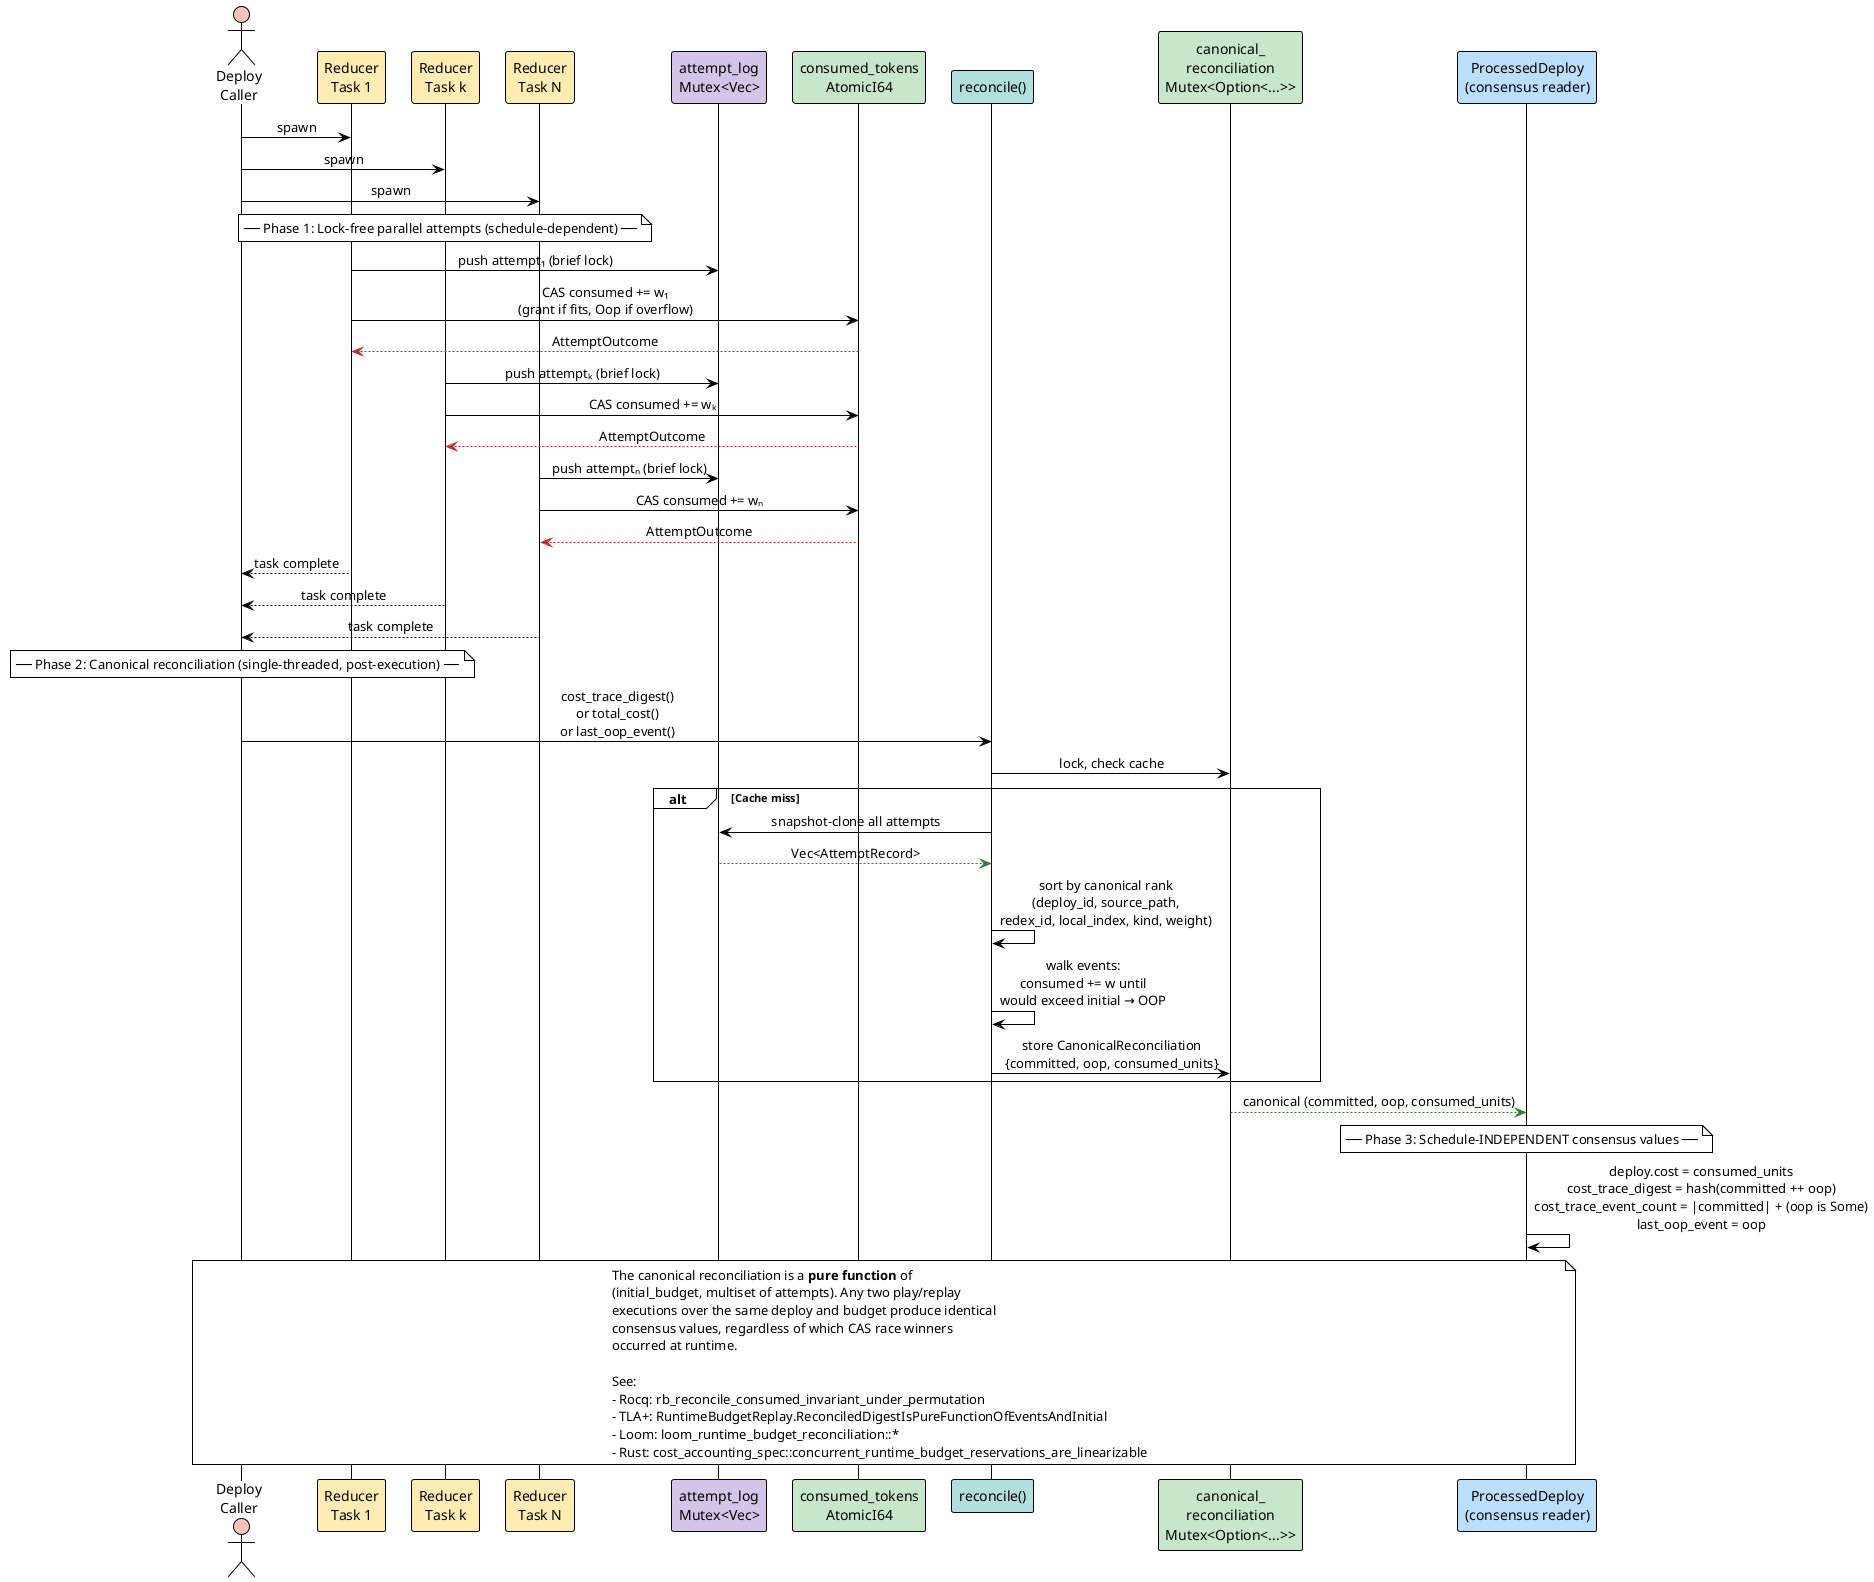
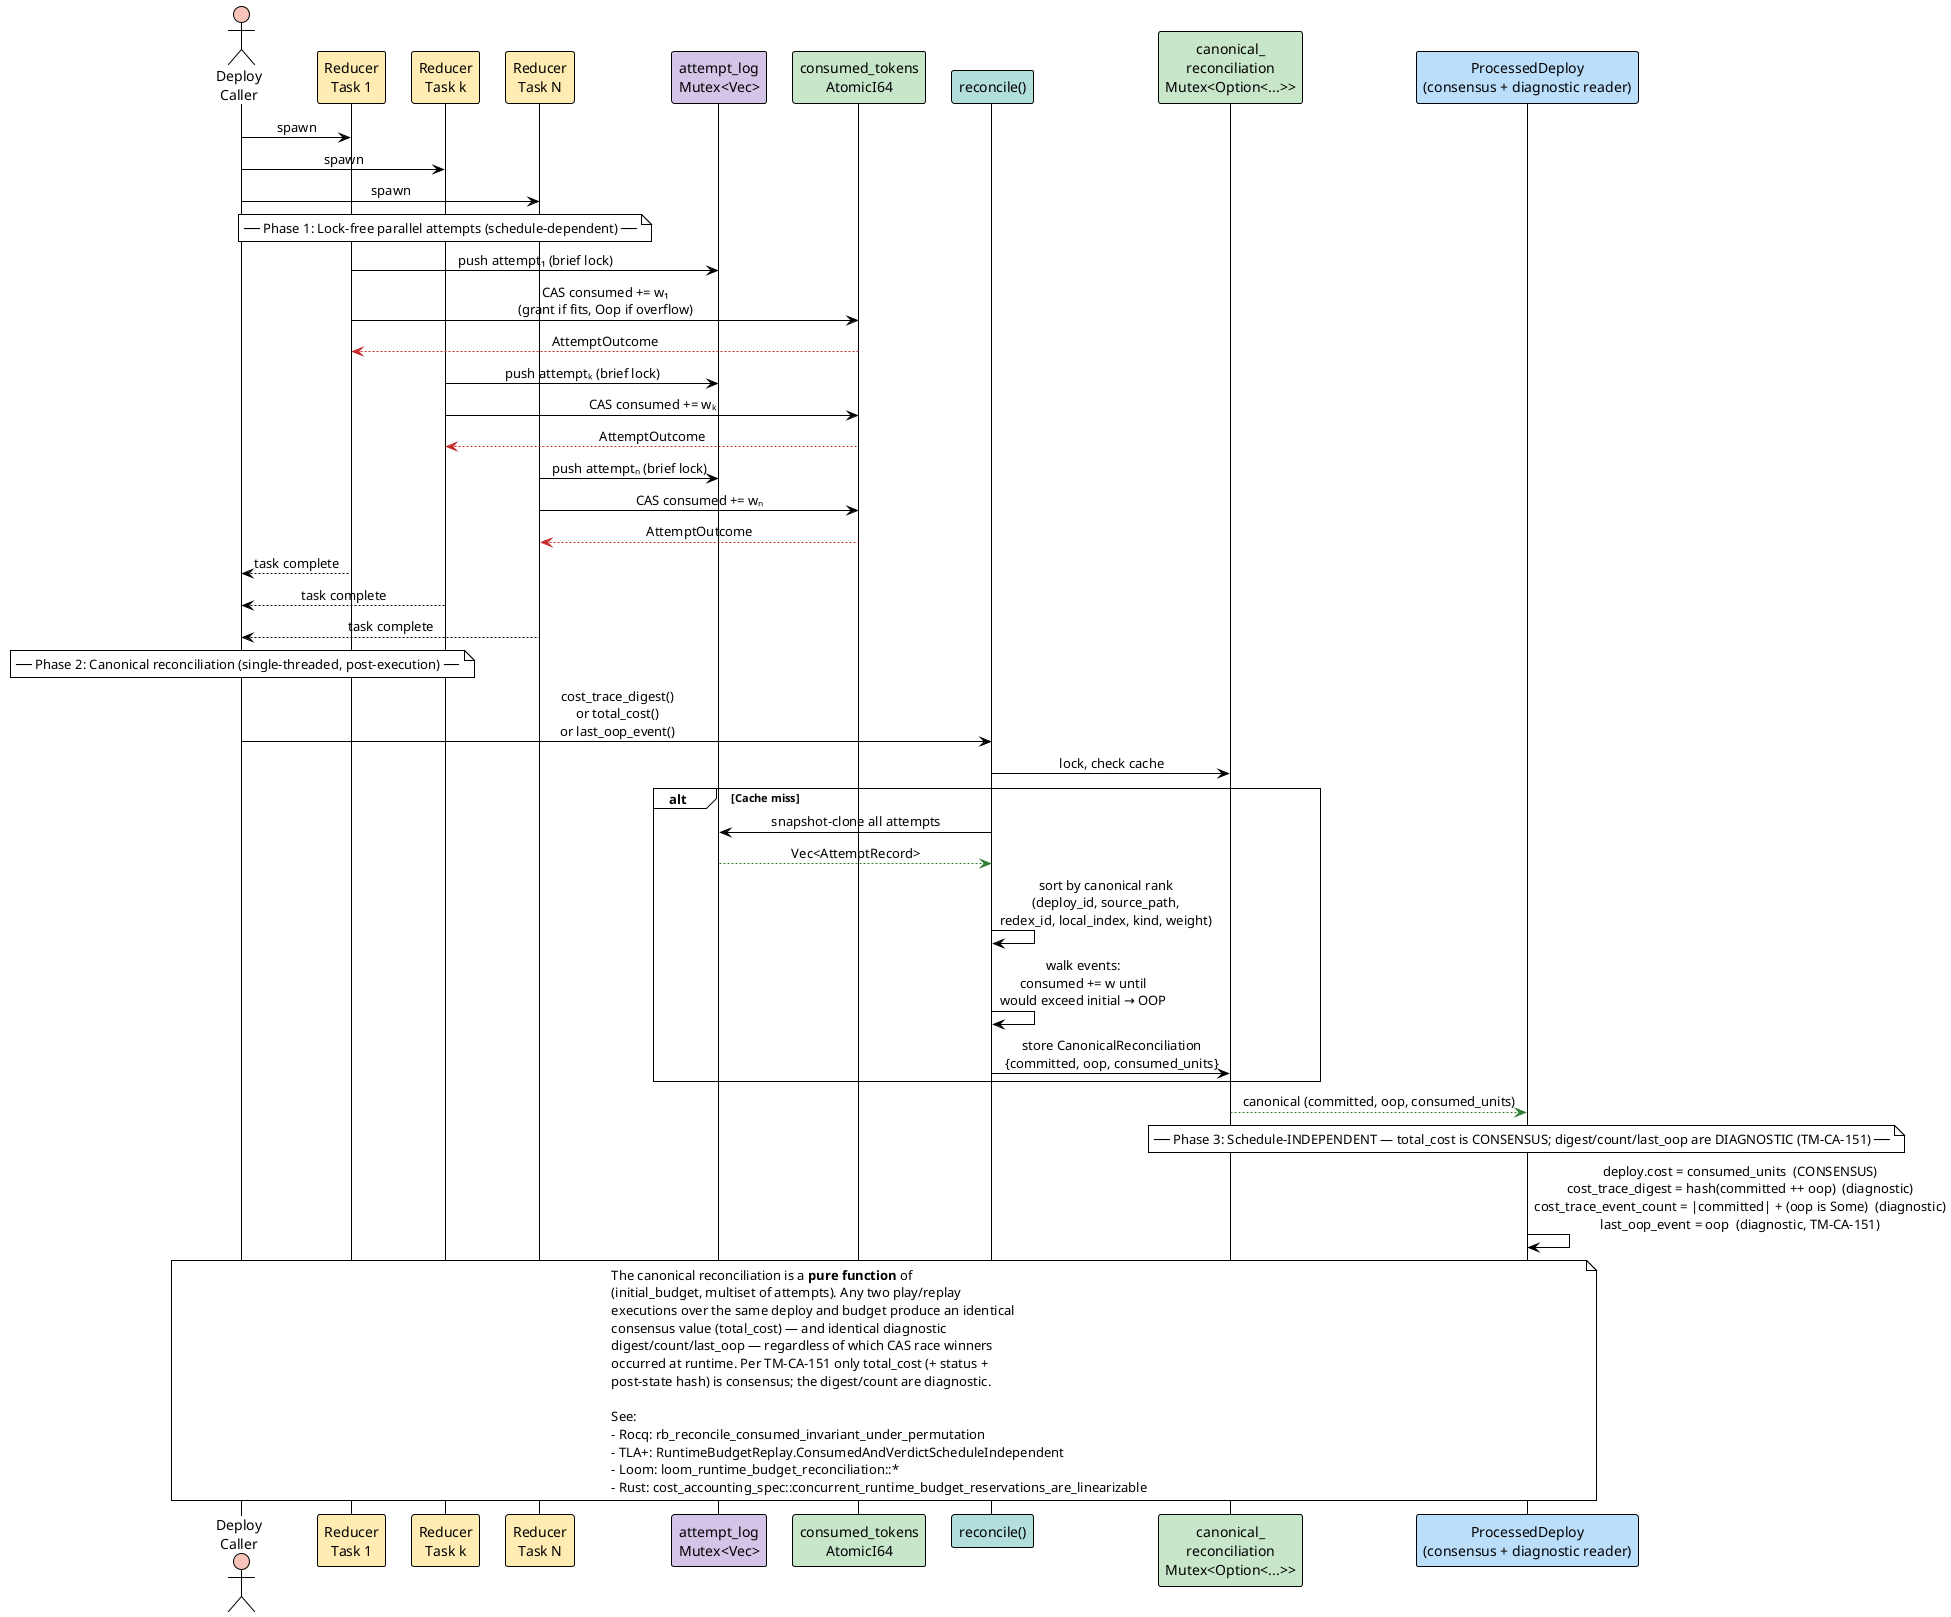
' Option E: Post-Hoc Canonical Reconciliation
'
' Source of truth for Appendix A in
' docs/theory/cost-accounted-rho-verification.md (Option E section).
'
' Shows the runtime lifecycle of a deploy under the Option E design:
'   Phase 1 — N parallel reducer tasks attempt reservations concurrently
'             (lock-free CAS on consumed_tokens + brief Mutex<Vec> push
'              to attempt_log). The runtime CAS race winners are
'              schedule-dependent — irrelevant to consensus.
'   Phase 2 — at deploy join (FuturesUnordered drained), reconcile()
'             snapshot-clones attempt_log, sorts by canonical rank,
'             walks once to find canonical (committed, oop, consumed).
'             Cached in canonical_reconciliation.
- '   Phase 3 — consensus reads (total_cost, cost_trace_digest,
- '             last_oop_event, cost_trace_event_count) all return values
- '             from the cached canonical reconciliation. Schedule-INDEPENDENT.
+ '   Phase 3 — the CONSENSUS read is total_cost (= consumed_units). The
+ '             cost_trace_digest, last_oop_event, and cost_trace_event_count
+ '             are DIAGNOSTIC reads (TM-CA-151) that also derive from the
+ '             cached canonical reconciliation. All are schedule-INDEPENDENT.
'
' Color palette:
'   Deployer / Caller    : salmon       (#F8C3B8)
'   Parallel reducer task: amber        (#FFECB3)
'   RuntimeBudget atomics: mint         (#C8E6C9)
'   attempt_log (Mutex)  : lavender     (#D4C4E8)
'   reconcile() function : teal         (#B2DFDB)
'   Consensus reader     : blue         (#BBDEFB)
'
' Semantic arrow colors:
'   Lock-free CAS attempt: red-ish (#C62828)
'   Canonical sort + walk: green-ish (#2E7D32)
'
' Render:
'   plantuml -tsvg docs/theory/diagrams/option-e-reconciliation.puml

@startuml option-e-reconciliation
!theme plain

skinparam BackgroundColor white
skinparam SequenceMessageAlign center
skinparam ParticipantPadding 8
skinparam BoxPadding 6

actor "Deploy\nCaller" as Caller #F8C3B8
participant "Reducer\nTask 1" as T1 #FFECB3
participant "Reducer\nTask k" as Tk #FFECB3
participant "Reducer\nTask N" as TN #FFECB3
participant "attempt_log\nMutex<Vec>" as Log #D4C4E8
participant "consumed_tokens\nAtomicI64" as Counter #C8E6C9
participant "reconcile()" as Reconcile #B2DFDB
participant "canonical_\nreconciliation\nMutex<Option<...>>" as Cache #C8E6C9
- participant "ProcessedDeploy\n(consensus reader)" as Consensus #BBDEFB
+ participant "ProcessedDeploy\n(consensus + diagnostic reader)" as Consensus #BBDEFB

Caller -> T1: spawn
Caller -> Tk: spawn
Caller -> TN: spawn

note over T1, TN: ── Phase 1: Lock-free parallel attempts (schedule-dependent) ──

T1 -> Log: push attempt₁ (brief lock)
T1 -> Counter: CAS consumed += w₁\n(grant if fits, Oop if overflow)
Counter -[#C62828]-> T1: AttemptOutcome

Tk -> Log: push attemptₖ (brief lock)
Tk -> Counter: CAS consumed += wₖ
Counter -[#C62828]-> Tk: AttemptOutcome

TN -> Log: push attemptₙ (brief lock)
TN -> Counter: CAS consumed += wₙ
Counter -[#C62828]-> TN: AttemptOutcome

T1 --> Caller: task complete
Tk --> Caller: task complete
TN --> Caller: task complete

note over Caller: ── Phase 2: Canonical reconciliation (single-threaded, post-execution) ──

Caller -> Reconcile: cost_trace_digest()\nor total_cost()\nor last_oop_event()
Reconcile -> Cache: lock, check cache
alt Cache miss
    Reconcile -> Log: snapshot-clone all attempts
    Log -[#2E7D32]-> Reconcile: Vec<AttemptRecord>
    Reconcile -> Reconcile: sort by canonical rank\n(deploy_id, source_path,\nredex_id, local_index, kind, weight)
    Reconcile -> Reconcile: walk events:\nconsumed += w until\nwould exceed initial → OOP
    Reconcile -> Cache: store CanonicalReconciliation\n{committed, oop, consumed_units}
end
Cache -[#2E7D32]-> Consensus: canonical (committed, oop, consumed_units)

- note over Consensus: ── Phase 3: Schedule-INDEPENDENT consensus values ──
+ note over Consensus: ── Phase 3: Schedule-INDEPENDENT — total_cost is CONSENSUS; digest/count/last_oop are DIAGNOSTIC (TM-CA-151) ──

- Consensus -> Consensus: deploy.cost = consumed_units\ncost_trace_digest = hash(committed ++ oop)\ncost_trace_event_count = |committed| + (oop is Some)\nlast_oop_event = oop
+ Consensus -> Consensus: deploy.cost = consumed_units  (CONSENSUS)\ncost_trace_digest = hash(committed ++ oop)  (diagnostic)\ncost_trace_event_count = |committed| + (oop is Some)  (diagnostic)\nlast_oop_event = oop  (diagnostic, TM-CA-151)

note over Caller, Consensus
  The canonical reconciliation is a **pure function** of
  (initial_budget, multiset of attempts). Any two play/replay
-   executions over the same deploy and budget produce identical
-   consensus values, regardless of which CAS race winners
-   occurred at runtime.
+   executions over the same deploy and budget produce an identical
+   consensus value (total_cost) — and identical diagnostic
+   digest/count/last_oop — regardless of which CAS race winners
+   occurred at runtime. Per TM-CA-151 only total_cost (+ status +
+   post-state hash) is consensus; the digest/count are diagnostic.

  See:
  - Rocq: rb_reconcile_consumed_invariant_under_permutation
-   - TLA+: RuntimeBudgetReplay.ReconciledDigestIsPureFunctionOfEventsAndInitial
+   - TLA+: RuntimeBudgetReplay.ConsumedAndVerdictScheduleIndependent
  - Loom: loom_runtime_budget_reconciliation::*
  - Rust: cost_accounting_spec::concurrent_runtime_budget_reservations_are_linearizable
end note

@enduml
